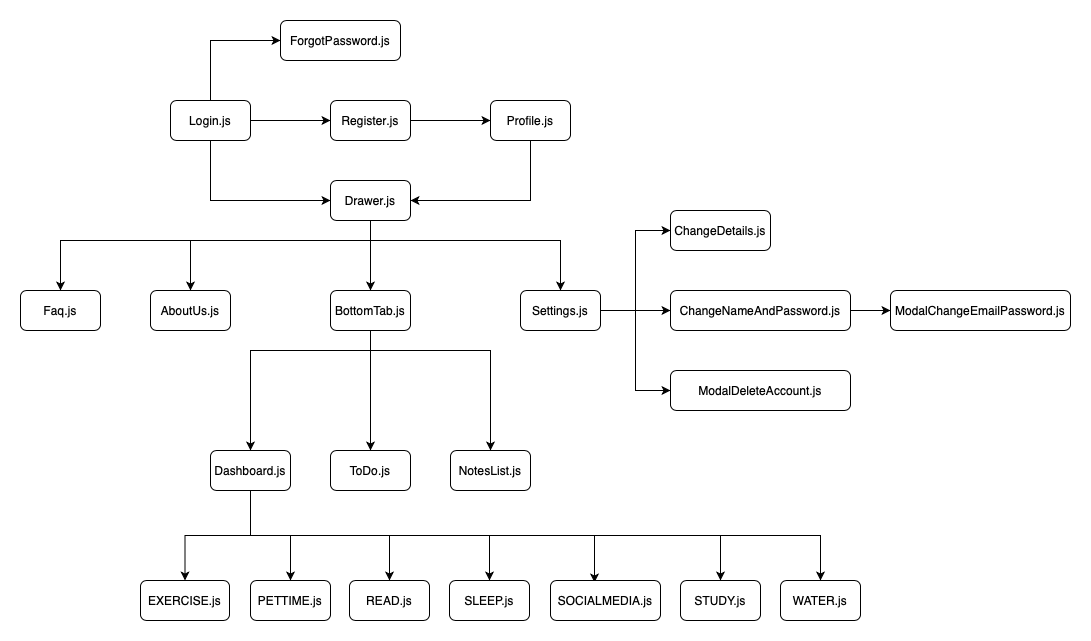
The draw.io diagram readme_assets/ComponentInteraction.png in lihuicham/nus-orbital-project-2022, before a commit. Source tidied: cells renumbered, new cells last; positions are measured from the earlier drawing's top-left corner, leaving out a move shared by most shapes.
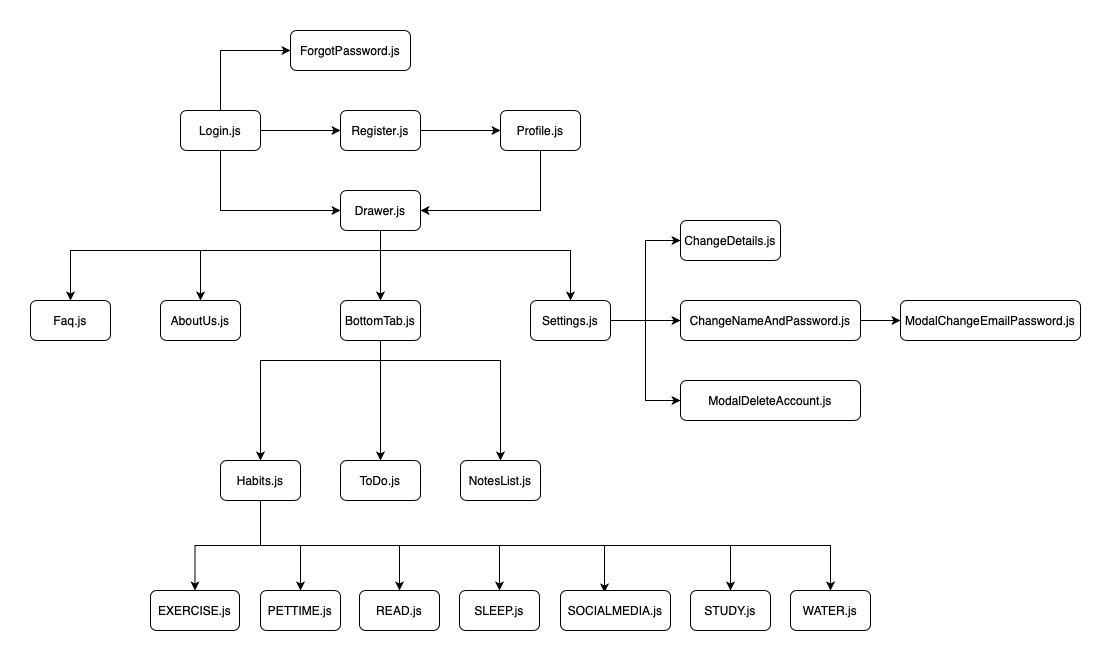
The same file after the commit.

Diff of the diagram source:
```diff
@@ -115,7 +115,7 @@
     <mxCell id="30" style="edgeStyle=orthogonalEdgeStyle;rounded=0;jettySize=auto;html=1;exitX=0.5;exitY=1;exitDx=0;exitDy=0;entryX=0.5;entryY=0;entryDx=0;entryDy=0;" parent="1" edge="1" source="31" target="44">
       <mxGeometry relative="1" as="geometry" />
     </mxCell>
-    <mxCell id="31" value="Dashboard&lt;span style=&quot;caret-color: rgba(0, 0, 0, 0); color: rgba(0, 0, 0, 0); font-family: monospace; font-size: 0px; text-align: start;&quot;&gt;%3CmxGraphModel%3E%3Croot%3E%3CmxCell%20id%3D%220%22%2F%3E%3CmxCell%20id%3D%221%22%20parent%3D%220%22%2F%3E%3CmxCell%20id%3D%222%22%20value%3D%22Drawer%22%20style%3D%22rounded%3D1%3BwhiteSpace%3Dwrap%3Bhtml%3D1%3B%22%20vertex%3D%221%22%20parent%3D%221%22%3E%3CmxGeometry%20x%3D%22160%22%20y%3D%22240%22%20width%3D%2280%22%20height%3D%2240%22%20as%3D%22geometry%22%2F%3E%3C%2FmxCell%3E%3C%2Froot%3E%3C%2FmxGraphModel%3E.&lt;/span&gt;.js" style="rounded=1;whiteSpace=wrap;html=1;" parent="1" vertex="1">
+    <mxCell id="31" value="Habits.js" style="rounded=1;whiteSpace=wrap;html=1;" parent="1" vertex="1">
       <mxGeometry x="190" y="430" width="80" height="40" as="geometry" />
     </mxCell>
     <mxCell id="32" value="ToDo.js" style="rounded=1;whiteSpace=wrap;html=1;" parent="1" vertex="1">
```
